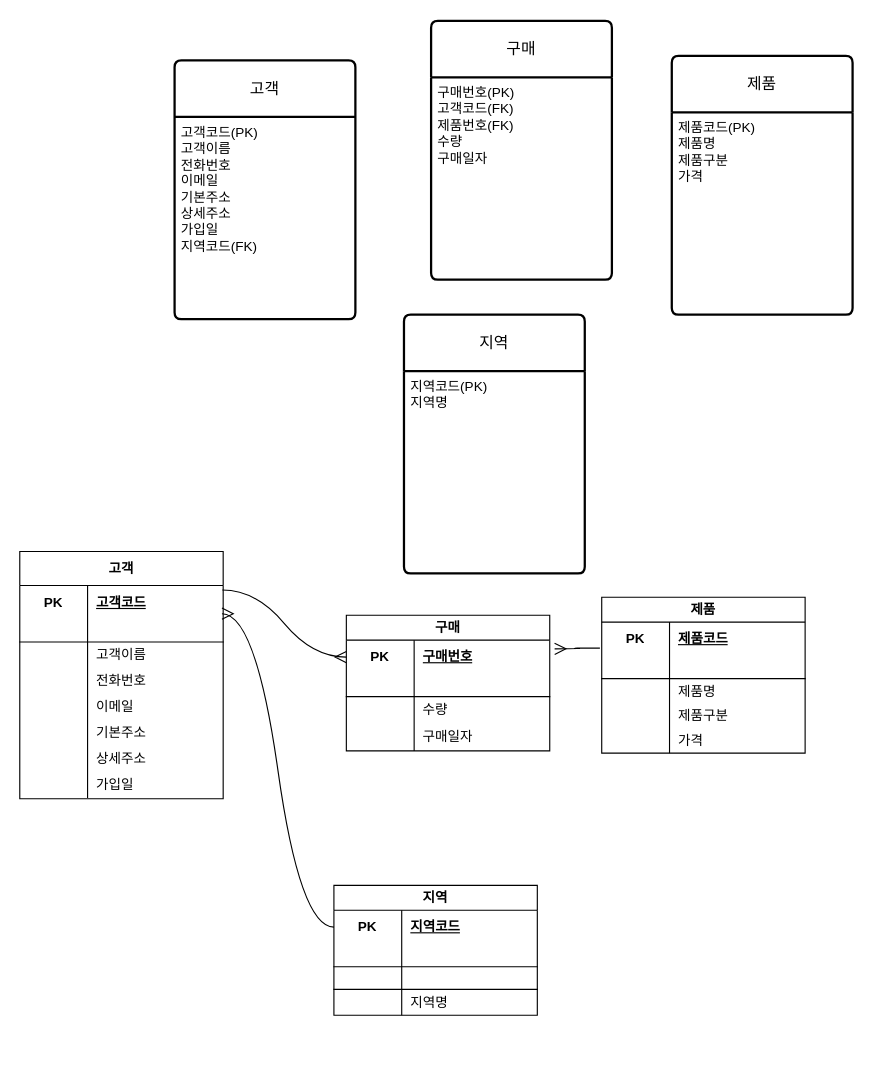
enesyoon/enesyoon keeps this draw.io diagram as page "페이지-2" (2 of 2) of datamodeling2.drawio. Above is the earlier version. Source tidied: cells renumbered, new cells numbered last; positions are measured from the earlier drawing's top-left corner, leaving out a move shared by most shapes. Both pictures are drawn from the tidied source at 113%, with x=0, y=0 at pixel (19, 20).
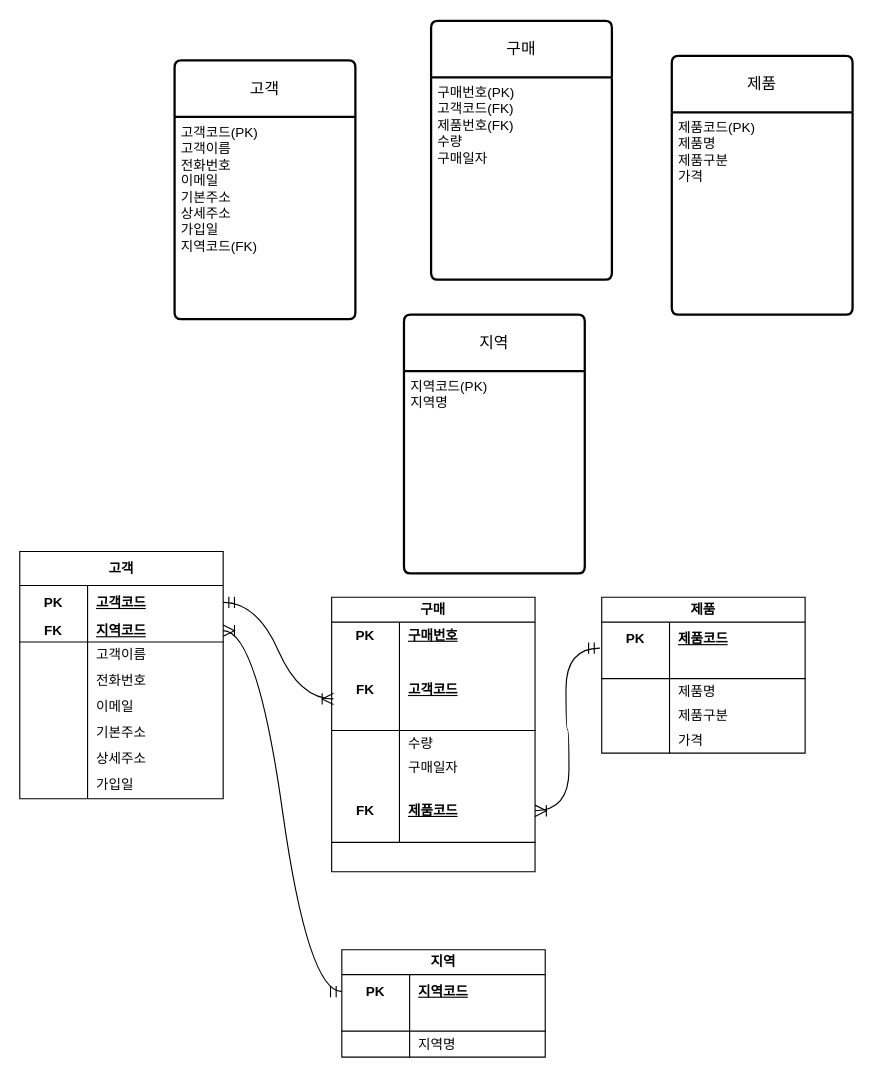
The same diagram, later.

Unchanged cells that the change refers to:
```xml
<mxCell id="5" style="shape=tableRow;horizontal=0;startSize=0;swimlaneHead=0;swimlaneBody=0;fillColor=none;points=[[0,0.5],[1,0.5]];portConstraint=eastwest;top=0;left=0;right=0;bottom=0;html=1;" parent="4" vertex="1">
  <mxGeometry y="30" width="180" height="30" as="geometry" />
</mxCell>
<mxCell id="8" style="shape=tableRow;horizontal=0;startSize=0;swimlaneHead=0;swimlaneBody=0;fillColor=none;points=[[0,0.5],[1,0.5]];portConstraint=eastwest;top=0;left=0;right=0;bottom=1;html=1;" parent="4" vertex="1">
  <mxGeometry y="60" width="180" height="20" as="geometry" />
</mxCell>
<mxCell id="49" style="shape=tableRow;horizontal=0;startSize=0;swimlaneHead=0;swimlaneBody=0;fillColor=none;points=[[0,0.5],[1,0.5]];portConstraint=eastwest;top=0;left=0;right=0;bottom=0;html=1;" parent="48" vertex="1">
  <mxGeometry y="22" width="180" height="30" as="geometry" />
</mxCell>
<mxCell id="65" style="shape=tableRow;horizontal=0;startSize=0;swimlaneHead=0;swimlaneBody=0;fillColor=none;points=[[0,0.5],[1,0.5]];portConstraint=eastwest;top=0;left=0;right=0;bottom=0;html=1;" parent="64" vertex="1">
  <mxGeometry y="22" width="180" height="30" as="geometry" />
</mxCell>
```

Diff of the diagram source:
```diff
@@
-    <mxCell id="9" style="shape=partialRectangle;fillColor=none;top=0;left=0;bottom=0;right=0;fontStyle=1;overflow=hidden;html=1;whiteSpace=wrap;" parent="8" vertex="1">
+    <mxCell id="9" value="FK" style="shape=partialRectangle;fillColor=none;top=0;left=0;bottom=0;right=0;fontStyle=1;overflow=hidden;html=1;whiteSpace=wrap;" parent="8" vertex="1">
       <mxGeometry width="60" height="20" as="geometry" />
     </mxCell>
-    <mxCell id="10" style="shape=partialRectangle;fillColor=none;top=0;left=0;bottom=0;right=0;align=left;spacingLeft=6;fontStyle=5;overflow=hidden;html=1;whiteSpace=wrap;" parent="8" vertex="1">
+    <mxCell id="10" value="지역코드" style="shape=partialRectangle;fillColor=none;top=0;left=0;bottom=0;right=0;align=left;spacingLeft=6;fontStyle=5;overflow=hidden;html=1;whiteSpace=wrap;" parent="8" vertex="1">
       <mxGeometry x="60" width="120" height="20" as="geometry" />
     </mxCell>
@@
     <mxCell id="35" value="구매" style="shape=table;startSize=22;childLayout=tableLayout;rowLines=0;fontStyle=1;align=center;html=1;whiteSpace=wrap;" parent="1" vertex="1">
-      <mxGeometry x="289" y="526" width="180" height="120" as="geometry" />
+      <mxGeometry x="276" y="510" width="180" height="243" as="geometry" />
     </mxCell>
     <mxCell id="36" style="shape=tableRow;horizontal=0;startSize=0;swimlaneHead=0;swimlaneBody=0;fillColor=none;points=[[0,0.5],[1,0.5]];portConstraint=eastwest;top=0;left=0;right=0;bottom=0;html=1;" parent="35" vertex="1">
-      <mxGeometry y="22" width="180" height="30" as="geometry" />
+      <mxGeometry y="22" width="180" height="24" as="geometry" />
     </mxCell>
     <mxCell id="37" value="PK" style="shape=partialRectangle;fillColor=none;top=0;left=0;bottom=0;right=0;fontStyle=1;overflow=hidden;html=1;whiteSpace=wrap;" parent="36" vertex="1">
-      <mxGeometry width="60" height="30" as="geometry" />
+      <mxGeometry width="60" height="24" as="geometry" />
     </mxCell>
     <mxCell id="38" value="구매번호" style="shape=partialRectangle;fillColor=none;top=0;left=0;bottom=0;right=0;align=left;spacingLeft=6;fontStyle=5;overflow=hidden;html=1;whiteSpace=wrap;" parent="36" vertex="1">
-      <mxGeometry x="60" width="120" height="30" as="geometry" />
+      <mxGeometry x="60" width="120" height="24" as="geometry" />
     </mxCell>
     <mxCell id="39" style="shape=tableRow;horizontal=0;startSize=0;swimlaneHead=0;swimlaneBody=0;fillColor=none;points=[[0,0.5],[1,0.5]];portConstraint=eastwest;top=0;left=0;right=0;bottom=1;html=1;" parent="35" vertex="1">
-      <mxGeometry y="52" width="180" height="20" as="geometry" />
+      <mxGeometry y="46" width="180" height="72" as="geometry" />
     </mxCell>
-    <mxCell id="40" style="shape=partialRectangle;fillColor=none;top=0;left=0;bottom=0;right=0;fontStyle=1;overflow=hidden;html=1;whiteSpace=wrap;" parent="39" vertex="1">
-      <mxGeometry width="60" height="20" as="geometry" />
+    <mxCell id="40" value="FK" style="shape=partialRectangle;fillColor=none;top=0;left=0;bottom=0;right=0;fontStyle=1;overflow=hidden;html=1;whiteSpace=wrap;" parent="39" vertex="1">
+      <mxGeometry width="60" height="72" as="geometry" />
     </mxCell>
-    <mxCell id="41" style="shape=partialRectangle;fillColor=none;top=0;left=0;bottom=0;right=0;align=left;spacingLeft=6;fontStyle=5;overflow=hidden;html=1;whiteSpace=wrap;" parent="39" vertex="1">
-      <mxGeometry x="60" width="120" height="20" as="geometry" />
+    <mxCell id="41" value="고객코드" style="shape=partialRectangle;fillColor=none;top=0;left=0;bottom=0;right=0;align=left;spacingLeft=6;fontStyle=5;overflow=hidden;html=1;whiteSpace=wrap;" parent="39" vertex="1">
+      <mxGeometry x="60" width="120" height="72" as="geometry" />
     </mxCell>
     <mxCell id="42" style="shape=tableRow;horizontal=0;startSize=0;swimlaneHead=0;swimlaneBody=0;fillColor=none;top=0;left=0;right=0;bottom=0;html=1;" parent="35" vertex="1">
-      <mxGeometry y="72" width="180" height="23" as="geometry" />
+      <mxGeometry y="118" width="180" height="23" as="geometry" />
     </mxCell>
@@
     <mxCell id="45" style="shape=tableRow;horizontal=0;startSize=0;swimlaneHead=0;swimlaneBody=0;fillColor=none;top=0;left=0;right=0;bottom=0;html=1;" parent="35" vertex="1">
-      <mxGeometry y="95" width="180" height="25" as="geometry" />
+      <mxGeometry y="141" width="180" height="20" as="geometry" />
     </mxCell>
     <mxCell id="46" style="shape=partialRectangle;fillColor=none;top=0;left=0;bottom=0;right=0;overflow=hidden;html=1;whiteSpace=wrap;" parent="45" vertex="1">
-      <mxGeometry width="60" height="25" as="geometry" />
+      <mxGeometry width="60" height="20" as="geometry" />
     </mxCell>
     <mxCell id="47" value="구매일자" style="shape=partialRectangle;fillColor=none;top=0;left=0;bottom=0;right=0;align=left;spacingLeft=6;overflow=hidden;html=1;whiteSpace=wrap;" parent="45" vertex="1">
-      <mxGeometry x="60" width="120" height="25" as="geometry" />
+      <mxGeometry x="60" width="120" height="20" as="geometry" />
     </mxCell>
+    <mxCell id="80" style="shape=tableRow;horizontal=0;startSize=0;swimlaneHead=0;swimlaneBody=0;fillColor=none;points=[[0,0.5],[1,0.5]];portConstraint=eastwest;top=0;left=0;right=0;bottom=1;html=1;" parent="35" vertex="1">
+      <mxGeometry y="161" width="180" height="56" as="geometry" />
+    </mxCell>
+    <mxCell id="81" value="FK" style="shape=partialRectangle;fillColor=none;top=0;left=0;bottom=0;right=0;fontStyle=1;overflow=hidden;html=1;whiteSpace=wrap;" parent="80" vertex="1">
+      <mxGeometry width="60" height="56" as="geometry" />
+    </mxCell>
+    <mxCell id="82" value="제품코드" style="shape=partialRectangle;fillColor=none;top=0;left=0;bottom=0;right=0;align=left;spacingLeft=6;fontStyle=5;overflow=hidden;html=1;whiteSpace=wrap;" parent="80" vertex="1">
+      <mxGeometry x="60" width="120" height="56" as="geometry" />
+    </mxCell>
@@
     <mxCell id="64" value="지역" style="shape=table;startSize=22;childLayout=tableLayout;rowLines=0;fontStyle=1;align=center;html=1;whiteSpace=wrap;" parent="1" vertex="1">
-      <mxGeometry x="278" y="765" width="180" height="115" as="geometry" />
+      <mxGeometry x="285" y="822" width="180" height="95" as="geometry" />
     </mxCell>
@@
-    <mxCell id="71" style="shape=tableRow;horizontal=0;startSize=0;swimlaneHead=0;swimlaneBody=0;fillColor=none;top=0;left=0;right=0;bottom=1;html=1;" parent="64" vertex="1">
-      <mxGeometry y="72" width="180" height="20" as="geometry" />
-    </mxCell>
-    <mxCell id="72" style="shape=partialRectangle;fillColor=none;top=0;left=0;bottom=0;right=0;fontStyle=1;overflow=hidden;html=1;whiteSpace=wrap;" parent="71" vertex="1">
-      <mxGeometry width="60" height="20" as="geometry" />
-    </mxCell>
-    <mxCell id="73" style="shape=partialRectangle;fillColor=none;top=0;left=0;bottom=0;right=0;align=left;spacingLeft=6;fontStyle=5;overflow=hidden;html=1;whiteSpace=wrap;" parent="71" vertex="1">
-      <mxGeometry x="60" width="120" height="20" as="geometry" />
-    </mxCell>
     <mxCell id="74" style="shape=tableRow;horizontal=0;startSize=0;swimlaneHead=0;swimlaneBody=0;fillColor=none;top=0;left=0;right=0;bottom=0;html=1;" parent="64" vertex="1">
-      <mxGeometry y="92" width="180" height="23" as="geometry" />
+      <mxGeometry y="72" width="180" height="23" as="geometry" />
     </mxCell>
@@
-    <mxCell id="77" style="edgeStyle=entityRelationEdgeStyle;fontSize=12;html=1;endArrow=ERmany;rounded=0;startSize=8;endSize=8;curved=1;entryX=0.994;entryY=0.833;entryDx=0;entryDy=0;entryPerimeter=0;exitX=0;exitY=0.5;exitDx=0;exitDy=0;" parent="1" edge="1" source="65" target="5">
-      <mxGeometry relative="1" as="geometry" />
-    </mxCell>
-    <mxCell id="78" style="edgeStyle=entityRelationEdgeStyle;fontSize=12;html=1;endArrow=ERmany;rounded=0;startSize=8;endSize=8;curved=1;entryX=0;entryY=0.5;entryDx=0;entryDy=0;exitX=0.996;exitY=0.135;exitDx=0;exitDy=0;exitPerimeter=0;" parent="1" edge="1" source="5" target="36">
-      <mxGeometry relative="1" as="geometry" />
-    </mxCell>
-    <mxCell id="79" style="edgeStyle=entityRelationEdgeStyle;fontSize=12;html=1;endArrow=ERmany;rounded=0;startSize=8;endSize=8;curved=1;entryX=1.024;entryY=0.256;entryDx=0;entryDy=0;exitX=-0.009;exitY=0.767;exitDx=0;exitDy=0;exitPerimeter=0;entryPerimeter=0;" parent="1" edge="1" source="49" target="36">
-      <mxGeometry relative="1" as="geometry" />
-    </mxCell>
+    <mxCell id="83" style="edgeStyle=entityRelationEdgeStyle;fontSize=12;html=1;endArrow=ERoneToMany;startArrow=ERmandOne;rounded=0;startSize=8;endSize=8;curved=1;" parent="1" edge="1" source="65" target="8">
+      <mxGeometry relative="1" as="geometry" />
+    </mxCell>
+    <mxCell id="84" style="edgeStyle=entityRelationEdgeStyle;fontSize=12;html=1;endArrow=ERoneToMany;startArrow=ERmandOne;rounded=0;startSize=8;endSize=8;curved=1;entryX=0.009;entryY=0.611;entryDx=0;entryDy=0;entryPerimeter=0;" parent="1" edge="1" source="5" target="39">
+      <mxGeometry relative="1" as="geometry" />
+    </mxCell>
+    <mxCell id="85" style="edgeStyle=entityRelationEdgeStyle;fontSize=12;html=1;endArrow=ERoneToMany;startArrow=ERmandOne;rounded=0;startSize=8;endSize=8;curved=1;exitX=-0.009;exitY=0.767;exitDx=0;exitDy=0;exitPerimeter=0;" parent="1" edge="1" source="49" target="80">
+      <mxGeometry relative="1" as="geometry">
+        <Array as="points">
+          <mxPoint x="717" y="952" />
+        </Array>
+      </mxGeometry>
+    </mxCell>
```
